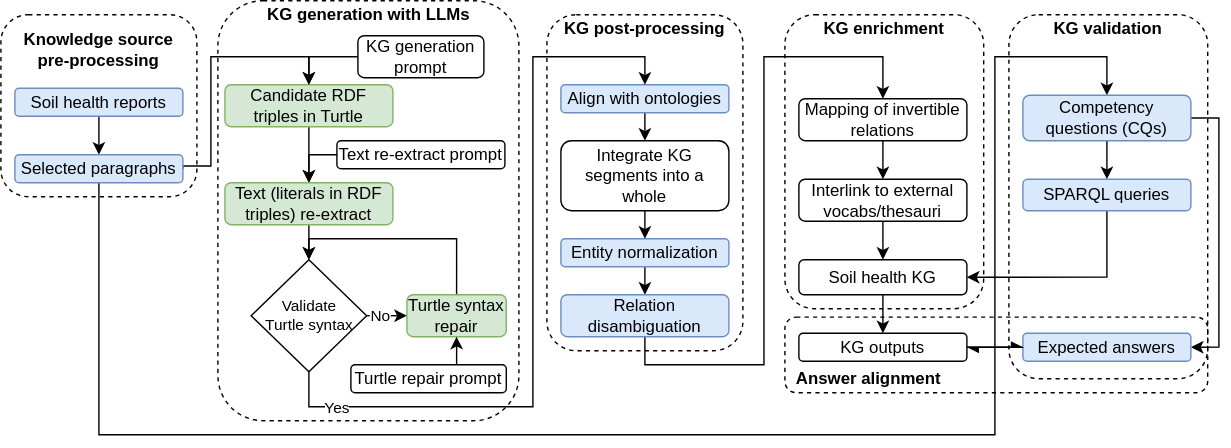
Earlier version of the draw.io export imgs/text2KG.svg (soilwise-he/soil-health-knowledge-graph). Source tidied: cells renumbered, new cells last; positions are measured from the earlier drawing's top-left corner, leaving out a move shared by most shapes.
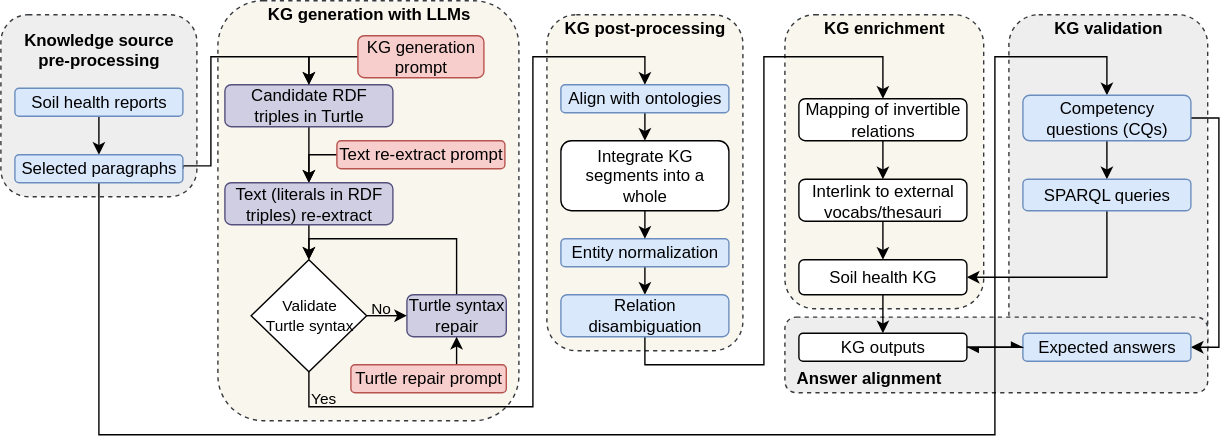
Above is the later version.

What changed in the source:
```diff
@@ -2,6 +2,24 @@
   <root>
     <mxCell id="0" />
     <mxCell id="1" parent="0" />
+    <mxCell id="54" style="rounded=1;whiteSpace=wrap;html=1;fillColor=#eeeeee;dashed=1;strokeColor=#36393d;" parent="1" vertex="1">
+      <mxGeometry x="720" y="10" width="142" height="260" as="geometry" />
+    </mxCell>
+    <mxCell id="57" style="rounded=1;whiteSpace=wrap;html=1;fillColor=#eeeeee;dashed=1;strokeColor=#36393d;" parent="1" vertex="1">
+      <mxGeometry x="560" y="226" width="302" height="54" as="geometry" />
+    </mxCell>
+    <mxCell id="31" style="rounded=1;whiteSpace=wrap;html=1;fillColor=#f9f7ed;dashed=1;strokeColor=#36393d;" parent="1" vertex="1">
+      <mxGeometry x="560" y="10" width="142" height="210" as="geometry" />
+    </mxCell>
+    <mxCell id="30" style="rounded=1;whiteSpace=wrap;html=1;fillColor=#f9f7ed;dashed=1;strokeColor=#36393d;" parent="1" vertex="1">
+      <mxGeometry x="390" y="10" width="140" height="240" as="geometry" />
+    </mxCell>
+    <mxCell id="26" style="rounded=1;whiteSpace=wrap;html=1;fillColor=#f9f7ed;dashed=1;strokeColor=#36393d;" parent="1" vertex="1">
+      <mxGeometry x="155" width="215" height="300" as="geometry" />
+    </mxCell>
+    <mxCell id="29" style="rounded=1;whiteSpace=wrap;html=1;fillColor=#eeeeee;dashed=1;strokeColor=#36393d;" parent="1" vertex="1">
+      <mxGeometry y="10" width="140" height="130" as="geometry" />
+    </mxCell>
     <mxCell id="2" style="edgeStyle=orthogonalEdgeStyle;rounded=0;jettySize=auto;html=1;exitX=0.5;exitY=1;exitDx=0;exitDy=0;entryX=0.5;entryY=0;entryDx=0;entryDy=0;" parent="1" edge="1" source="3" target="21">
       <mxGeometry relative="1" as="geometry" />
     </mxCell>
@@ -11,7 +29,7 @@
     <mxCell id="4" style="edgeStyle=orthogonalEdgeStyle;rounded=0;jettySize=auto;html=1;exitX=0.5;exitY=1;exitDx=0;exitDy=0;entryX=0.5;entryY=0;entryDx=0;entryDy=0;" parent="1" edge="1" source="5" target="18">
       <mxGeometry relative="1" as="geometry" />
     </mxCell>
-    <mxCell id="5" value="Candidate RDF triples in Turtle" style="rounded=1;whiteSpace=wrap;html=1;fillColor=#d5e8d4;strokeColor=#82b366;" parent="1" vertex="1">
+    <mxCell id="5" value="Candidate RDF triples in Turtle" style="rounded=1;whiteSpace=wrap;html=1;fillColor=#d0cee2;strokeColor=#56517e;" parent="1" vertex="1">
       <mxGeometry x="160" y="60" width="120" height="30" as="geometry" />
     </mxCell>
     <mxCell id="6" value="&lt;div style=&quot;line-height: 110%;&quot;&gt;&lt;font style=&quot;font-size: 11px; line-height: 110%;&quot;&gt;Validate&lt;/font&gt;&lt;div&gt;&lt;font style=&quot;font-size: 11px; line-height: 110%;&quot;&gt;Turtle syntax&lt;/font&gt;&lt;/div&gt;&lt;/div&gt;" style="rhombus;whiteSpace=wrap;html=1;" parent="1" vertex="1">
@@ -20,7 +38,7 @@
     <mxCell id="7" style="edgeStyle=orthogonalEdgeStyle;rounded=0;jettySize=auto;html=1;exitX=0;exitY=0.5;exitDx=0;exitDy=0;entryX=0.5;entryY=0;entryDx=0;entryDy=0;" parent="1" edge="1" source="8" target="18">
       <mxGeometry relative="1" as="geometry" />
     </mxCell>
-    <mxCell id="8" value="Text re-extract prompt" style="rounded=1;whiteSpace=wrap;html=1;" parent="1" vertex="1">
+    <mxCell id="8" value="Text re-extract prompt" style="rounded=1;whiteSpace=wrap;html=1;fillColor=#f8cecc;strokeColor=#b85450;" parent="1" vertex="1">
       <mxGeometry x="240" y="100" width="120" height="20" as="geometry" />
     </mxCell>
     <mxCell id="9" style="edgeStyle=orthogonalEdgeStyle;rounded=0;jettySize=auto;html=1;exitX=0.5;exitY=0;exitDx=0;exitDy=0;entryX=0.5;entryY=0;entryDx=0;entryDy=0;" parent="1" edge="1" source="10" target="6">
@@ -31,7 +49,7 @@
         </Array>
       </mxGeometry>
     </mxCell>
-    <mxCell id="10" value="Turtle syntax repair" style="rounded=1;whiteSpace=wrap;html=1;fillColor=#d5e8d4;strokeColor=#82b366;" parent="1" vertex="1">
+    <mxCell id="10" value="Turtle syntax repair" style="rounded=1;whiteSpace=wrap;html=1;fillColor=#d0cee2;strokeColor=#56517e;" parent="1" vertex="1">
       <mxGeometry x="290" y="210" width="71" height="30" as="geometry" />
     </mxCell>
     <mxCell id="11" style="edgeStyle=orthogonalEdgeStyle;rounded=0;jettySize=auto;html=1;exitX=0.5;exitY=1;exitDx=0;exitDy=0;entryX=0.5;entryY=0;entryDx=0;entryDy=0;" parent="1" edge="1" source="12" target="37">
@@ -55,7 +73,7 @@
     <mxCell id="17" style="edgeStyle=orthogonalEdgeStyle;rounded=0;jettySize=auto;html=1;exitX=0.5;exitY=1;exitDx=0;exitDy=0;entryX=0.5;entryY=0;entryDx=0;entryDy=0;" parent="1" edge="1" source="18" target="6">
       <mxGeometry relative="1" as="geometry" />
     </mxCell>
-    <mxCell id="18" value="Text (literals in RDF triples) re-extract" style="rounded=1;whiteSpace=wrap;html=1;fillColor=#d5e8d4;strokeColor=#82b366;" parent="1" vertex="1">
+    <mxCell id="18" value="Text (literals in RDF triples) re-extract" style="rounded=1;whiteSpace=wrap;html=1;fillColor=#d0cee2;strokeColor=#56517e;" parent="1" vertex="1">
       <mxGeometry x="160" y="130" width="120" height="30" as="geometry" />
     </mxCell>
     <mxCell id="19" style="edgeStyle=orthogonalEdgeStyle;rounded=0;jettySize=auto;html=1;exitX=1;exitY=0.5;exitDx=0;exitDy=0;entryX=0.5;entryY=0;entryDx=0;entryDy=0;" parent="1" edge="1" source="21" target="5">
@@ -92,9 +110,6 @@
     <mxCell id="25" value="Entity normalization" style="rounded=1;whiteSpace=wrap;html=1;fillColor=#dae8fc;strokeColor=#6c8ebf;" parent="1" vertex="1">
       <mxGeometry x="400" y="170" width="120" height="20" as="geometry" />
     </mxCell>
-    <mxCell id="26" style="rounded=1;whiteSpace=wrap;html=1;fillColor=none;dashed=1;" parent="1" vertex="1">
-      <mxGeometry x="155" width="215" height="300" as="geometry" />
-    </mxCell>
     <mxCell id="27" style="edgeStyle=orthogonalEdgeStyle;rounded=0;jettySize=auto;html=1;exitX=0.5;exitY=1;exitDx=0;exitDy=0;entryX=0.5;entryY=0;entryDx=0;entryDy=0;" parent="1" edge="1" source="28" target="14">
       <mxGeometry relative="1" as="geometry">
         <Array as="points">
@@ -108,15 +123,6 @@
     <mxCell id="28" value="Relation disambiguation" style="rounded=1;whiteSpace=wrap;html=1;fillColor=#dae8fc;strokeColor=#6c8ebf;" parent="1" vertex="1">
       <mxGeometry x="400" y="210" width="120" height="30" as="geometry" />
     </mxCell>
-    <mxCell id="29" style="rounded=1;whiteSpace=wrap;html=1;fillColor=none;dashed=1;" parent="1" vertex="1">
-      <mxGeometry y="10" width="140" height="130" as="geometry" />
-    </mxCell>
-    <mxCell id="30" style="rounded=1;whiteSpace=wrap;html=1;fillColor=none;dashed=1;" parent="1" vertex="1">
-      <mxGeometry x="390" y="10" width="140" height="240" as="geometry" />
-    </mxCell>
-    <mxCell id="31" style="rounded=1;whiteSpace=wrap;html=1;fillColor=none;dashed=1;" parent="1" vertex="1">
-      <mxGeometry x="560" y="10" width="142" height="210" as="geometry" />
-    </mxCell>
     <mxCell id="32" value="&lt;b&gt;Knowledge source pre-processing&lt;/b&gt;" style="text;html=1;align=center;verticalAlign=middle;whiteSpace=wrap;rounded=0;" parent="1" vertex="1">
       <mxGeometry x="10" y="25" width="120" height="20" as="geometry" />
     </mxCell>
@@ -138,9 +144,9 @@
     <mxCell id="38" style="endArrow=classic;html=1;rounded=0;exitX=1;exitY=0.5;exitDx=0;exitDy=0;entryX=0;entryY=0.5;entryDx=0;entryDy=0;" parent="1" edge="1" source="6" target="10">
       <mxGeometry relative="1" as="geometry" />
     </mxCell>
-    <mxCell id="39" value="No" style="edgeLabel;html=1;align=center;verticalAlign=middle;" parent="38" vertex="1">
+    <mxCell id="39" value="No" style="edgeLabel;html=1;align=center;verticalAlign=middle;labelBackgroundColor=none;" parent="38" vertex="1">
       <mxGeometry relative="1" as="geometry">
-        <mxPoint x="-5" as="offset" />
+        <mxPoint x="-5" y="-5" as="offset" />
       </mxGeometry>
     </mxCell>
     <mxCell id="40" style="endArrow=classic;html=1;rounded=0;exitX=0.5;exitY=1;exitDx=0;exitDy=0;entryX=0.5;entryY=0;entryDx=0;entryDy=0;edgeStyle=orthogonalEdgeStyle;" parent="1" edge="1" source="6" target="12">
@@ -153,21 +159,21 @@
         </Array>
       </mxGeometry>
     </mxCell>
-    <mxCell id="41" value="Yes" style="edgeLabel;html=1;align=center;verticalAlign=middle;" parent="40" vertex="1">
+    <mxCell id="41" value="Yes" style="edgeLabel;html=1;align=center;verticalAlign=middle;labelBackgroundColor=none;" parent="40" vertex="1">
       <mxGeometry relative="1" as="geometry">
-        <mxPoint x="-140" y="83" as="offset" />
+        <mxPoint x="-150" y="76" as="offset" />
       </mxGeometry>
     </mxCell>
     <mxCell id="42" style="edgeStyle=orthogonalEdgeStyle;rounded=0;jettySize=auto;html=1;exitX=0;exitY=0.5;exitDx=0;exitDy=0;entryX=0.5;entryY=0;entryDx=0;entryDy=0;" parent="1" edge="1" source="43" target="5">
       <mxGeometry relative="1" as="geometry" />
     </mxCell>
-    <mxCell id="43" value="KG generation prompt" style="rounded=1;whiteSpace=wrap;html=1;" parent="1" vertex="1">
+    <mxCell id="43" value="KG generation prompt" style="rounded=1;whiteSpace=wrap;html=1;fillColor=#f8cecc;strokeColor=#b85450;" parent="1" vertex="1">
       <mxGeometry x="255" y="25" width="90" height="30" as="geometry" />
     </mxCell>
     <mxCell id="44" style="edgeStyle=orthogonalEdgeStyle;rounded=0;jettySize=auto;html=1;exitX=0.75;exitY=0;exitDx=0;exitDy=0;entryX=0.5;entryY=1;entryDx=0;entryDy=0;" parent="1" edge="1" source="45" target="10">
       <mxGeometry relative="1" as="geometry" />
     </mxCell>
-    <mxCell id="45" value="Turtle repair prompt" style="rounded=1;whiteSpace=wrap;html=1;" parent="1" vertex="1">
+    <mxCell id="45" value="Turtle repair prompt" style="rounded=1;whiteSpace=wrap;html=1;fillColor=#f8cecc;strokeColor=#b85450;" parent="1" vertex="1">
       <mxGeometry x="250" y="260" width="111" height="20" as="geometry" />
     </mxCell>
     <mxCell id="46" style="edgeStyle=orthogonalEdgeStyle;rounded=0;jettySize=auto;html=1;exitX=0.5;exitY=1;exitDx=0;exitDy=0;entryX=0.5;entryY=0;entryDx=0;entryDy=0;" parent="1" edge="1" source="48" target="51">
@@ -194,18 +200,12 @@
     <mxCell id="53" value="Expected answers" style="rounded=1;whiteSpace=wrap;html=1;fillColor=#dae8fc;strokeColor=#6c8ebf;" parent="1" vertex="1">
       <mxGeometry x="730" y="237.5" width="120" height="20" as="geometry" />
     </mxCell>
-    <mxCell id="54" style="rounded=1;whiteSpace=wrap;html=1;fillColor=none;dashed=1;" parent="1" vertex="1">
-      <mxGeometry x="720" y="10" width="142" height="260" as="geometry" />
-    </mxCell>
     <mxCell id="55" style="edgeStyle=orthogonalEdgeStyle;rounded=0;jettySize=auto;html=1;exitX=1;exitY=0.5;exitDx=0;exitDy=0;entryX=0;entryY=0.5;entryDx=0;entryDy=0;endArrow=async;endFill=1;" parent="1" edge="1" source="56" target="53">
       <mxGeometry relative="1" as="geometry" />
     </mxCell>
     <mxCell id="56" value="KG outputs" style="rounded=1;whiteSpace=wrap;html=1;" parent="1" vertex="1">
       <mxGeometry x="570" y="237.5" width="120" height="20" as="geometry" />
     </mxCell>
-    <mxCell id="57" style="rounded=1;whiteSpace=wrap;html=1;fillColor=none;dashed=1;" parent="1" vertex="1">
-      <mxGeometry x="560" y="226" width="302" height="54" as="geometry" />
-    </mxCell>
     <mxCell id="58" value="&lt;b&gt;KG validation&lt;/b&gt;" style="text;html=1;align=center;verticalAlign=middle;whiteSpace=wrap;rounded=0;" parent="1" vertex="1">
       <mxGeometry x="731" y="10" width="120" height="20" as="geometry" />
     </mxCell>
```
